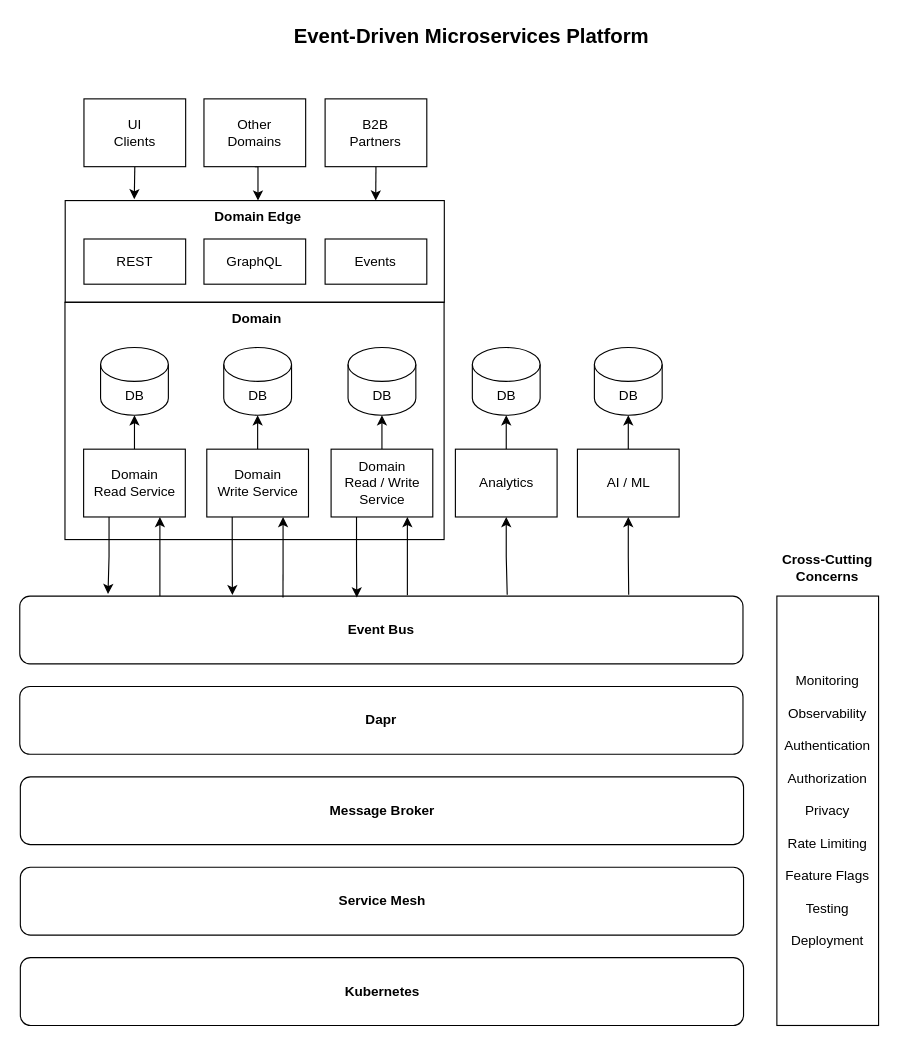
The draw.io diagram images/event-driven-platform.drawio in event-driven-dotnet/Home, before the edit. Source tidied: cells renumbered, new cells numbered last; positions are measured from the earlier drawing's top-left corner, leaving out a move shared by most shapes. Both pictures are drawn from the tidied source at 113%, with x=0, y=0 at pixel (19, 19).
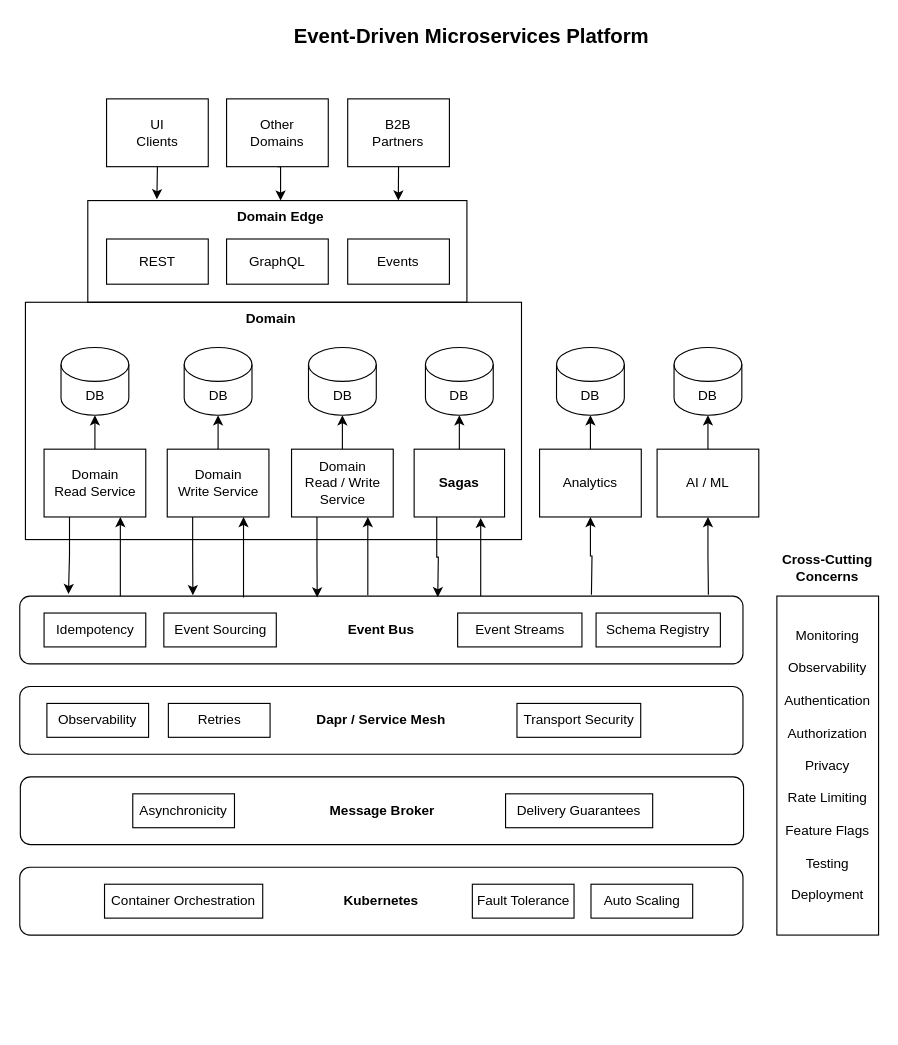
Above is the later version.

Unchanged cells that the change refers to:
```xml
<mxCell id="3" value="Event Bus" style="rounded=1;whiteSpace=wrap;html=1;fontStyle=1;" parent="1" vertex="1">
  <mxGeometry y="510" width="640" height="60" as="geometry" />
</mxCell>
```

Change to the diagram source:
```diff
@@
     <mxCell id="2" style="rounded=0;whiteSpace=wrap;html=1;fillColor=none;" parent="1" vertex="1">
-      <mxGeometry x="40" y="250" width="335.5" height="210" as="geometry" />
+      <mxGeometry x="5" y="250" width="439" height="210" as="geometry" />
     </mxCell>
@@
-    <mxCell id="5" value="Service Mesh" style="rounded=1;whiteSpace=wrap;html=1;fontStyle=1;" parent="1" vertex="1">
-      <mxGeometry x="0.5" y="750" width="640" height="60" as="geometry" />
-    </mxCell>
     <mxCell id="6" value="Kubernetes" style="rounded=1;whiteSpace=wrap;html=1;fontStyle=1;" parent="1" vertex="1">
-      <mxGeometry x="0.5" y="830" width="640" height="60" as="geometry" />
+      <mxGeometry y="750" width="640" height="60" as="geometry" />
     </mxCell>
     <mxCell id="7" value="DB" style="shape=cylinder3;whiteSpace=wrap;html=1;boundedLbl=1;backgroundOutline=1;size=15;" parent="1" vertex="1">
-      <mxGeometry x="71.5" y="290" width="60" height="60" as="geometry" />
+      <mxGeometry x="36.5" y="290" width="60" height="60" as="geometry" />
     </mxCell>
-    <mxCell id="8" style="edgeStyle=orthogonalEdgeStyle;rounded=0;jettySize=auto;html=1;exitX=0.25;exitY=1;exitDx=0;exitDy=0;entryX=0.122;entryY=-0.03;entryDx=0;entryDy=0;entryPerimeter=0;" parent="1" edge="1" source="11" target="3">
-      <mxGeometry relative="1" as="geometry" />
+    <mxCell id="8" style="edgeStyle=orthogonalEdgeStyle;rounded=0;jettySize=auto;html=1;exitX=0.25;exitY=1;exitDx=0;exitDy=0;entryX=0.122;entryY=-0.03;entryDx=0;entryDy=0;entryPerimeter=0;" parent="1" edge="1" source="11">
+      <mxGeometry relative="1" as="geometry">
+        <mxPoint x="43.1" y="508.2" as="targetPoint" />
+      </mxGeometry>
     </mxCell>
     <mxCell id="9" style="edgeStyle=orthogonalEdgeStyle;rounded=0;jettySize=auto;html=1;exitX=0.75;exitY=1;exitDx=0;exitDy=0;startArrow=classic;startFill=1;endArrow=none;endFill=0;" parent="1" edge="1" source="11">
       <mxGeometry relative="1" as="geometry">
-        <mxPoint x="124" y="510" as="targetPoint" />
+        <mxPoint x="89" y="510" as="targetPoint" />
       </mxGeometry>
     </mxCell>
@@
     <mxCell id="11" value="Domain&lt;br&gt;Read Service" style="rounded=0;whiteSpace=wrap;html=1;" parent="1" vertex="1">
-      <mxGeometry x="56.5" y="380" width="90" height="60" as="geometry" />
+      <mxGeometry x="21.5" y="380" width="90" height="60" as="geometry" />
     </mxCell>
     <mxCell id="12" value="DB" style="shape=cylinder3;whiteSpace=wrap;html=1;boundedLbl=1;backgroundOutline=1;size=15;" parent="1" vertex="1">
-      <mxGeometry x="180.5" y="290" width="60" height="60" as="geometry" />
+      <mxGeometry x="145.5" y="290" width="60" height="60" as="geometry" />
     </mxCell>
-    <mxCell id="13" style="edgeStyle=orthogonalEdgeStyle;rounded=0;jettySize=auto;html=1;exitX=0.75;exitY=1;exitDx=0;exitDy=0;entryX=0.364;entryY=0.02;entryDx=0;entryDy=0;entryPerimeter=0;startArrow=classic;startFill=1;endArrow=none;endFill=0;" parent="1" edge="1" source="16" target="3">
-      <mxGeometry relative="1" as="geometry" />
+    <mxCell id="13" style="edgeStyle=orthogonalEdgeStyle;rounded=0;jettySize=auto;html=1;exitX=0.75;exitY=1;exitDx=0;exitDy=0;entryX=0.364;entryY=0.02;entryDx=0;entryDy=0;entryPerimeter=0;startArrow=classic;startFill=1;endArrow=none;endFill=0;" parent="1" edge="1" source="16">
+      <mxGeometry relative="1" as="geometry">
+        <mxPoint x="198" y="511.2" as="targetPoint" />
+      </mxGeometry>
     </mxCell>
-    <mxCell id="14" style="edgeStyle=orthogonalEdgeStyle;rounded=0;jettySize=auto;html=1;exitX=0.25;exitY=1;exitDx=0;exitDy=0;entryX=0.294;entryY=-0.014;entryDx=0;entryDy=0;entryPerimeter=0;startArrow=none;startFill=0;endArrow=classic;endFill=1;" parent="1" edge="1" source="16" target="3">
-      <mxGeometry relative="1" as="geometry" />
+    <mxCell id="14" style="edgeStyle=orthogonalEdgeStyle;rounded=0;jettySize=auto;html=1;exitX=0.25;exitY=1;exitDx=0;exitDy=0;entryX=0.294;entryY=-0.014;entryDx=0;entryDy=0;entryPerimeter=0;startArrow=none;startFill=0;endArrow=classic;endFill=1;" parent="1" edge="1" source="16">
+      <mxGeometry relative="1" as="geometry">
+        <mxPoint x="153.2" y="509.2" as="targetPoint" />
+      </mxGeometry>
     </mxCell>
@@
     <mxCell id="16" value="Domain&lt;br&gt;Write Service" style="rounded=0;whiteSpace=wrap;html=1;" parent="1" vertex="1">
-      <mxGeometry x="165.5" y="380" width="90" height="60" as="geometry" />
+      <mxGeometry x="130.5" y="380" width="90" height="60" as="geometry" />
     </mxCell>
     <mxCell id="17" value="DB" style="shape=cylinder3;whiteSpace=wrap;html=1;boundedLbl=1;backgroundOutline=1;size=15;" parent="1" vertex="1">
-      <mxGeometry x="290.5" y="290" width="60" height="60" as="geometry" />
+      <mxGeometry x="255.5" y="290" width="60" height="60" as="geometry" />
     </mxCell>
-    <mxCell id="18" style="edgeStyle=orthogonalEdgeStyle;rounded=0;jettySize=auto;html=1;exitX=0.75;exitY=1;exitDx=0;exitDy=0;entryX=0.536;entryY=-0.014;entryDx=0;entryDy=0;entryPerimeter=0;startArrow=classic;startFill=1;endArrow=none;endFill=0;" parent="1" edge="1" source="21" target="3">
-      <mxGeometry relative="1" as="geometry" />
+    <mxCell id="18" style="edgeStyle=orthogonalEdgeStyle;rounded=0;jettySize=auto;html=1;exitX=0.75;exitY=1;exitDx=0;exitDy=0;entryX=0.536;entryY=-0.014;entryDx=0;entryDy=0;entryPerimeter=0;startArrow=classic;startFill=1;endArrow=none;endFill=0;" parent="1" edge="1" source="21">
+      <mxGeometry relative="1" as="geometry">
+        <mxPoint x="308" y="509.2" as="targetPoint" />
+      </mxGeometry>
     </mxCell>
-    <mxCell id="19" style="edgeStyle=orthogonalEdgeStyle;rounded=0;jettySize=auto;html=1;exitX=0.25;exitY=1;exitDx=0;exitDy=0;entryX=0.466;entryY=0.02;entryDx=0;entryDy=0;entryPerimeter=0;startArrow=none;startFill=0;endArrow=classic;endFill=1;" parent="1" edge="1" source="21" target="3">
-      <mxGeometry relative="1" as="geometry" />
+    <mxCell id="19" style="edgeStyle=orthogonalEdgeStyle;rounded=0;jettySize=auto;html=1;exitX=0.25;exitY=1;exitDx=0;exitDy=0;entryX=0.466;entryY=0.02;entryDx=0;entryDy=0;entryPerimeter=0;startArrow=none;startFill=0;endArrow=classic;endFill=1;" parent="1" edge="1" source="21">
+      <mxGeometry relative="1" as="geometry">
+        <mxPoint x="263.2" y="511.2" as="targetPoint" />
+      </mxGeometry>
     </mxCell>
@@
     <mxCell id="21" value="Domain&lt;br&gt;Read / Write Service" style="rounded=0;whiteSpace=wrap;html=1;" parent="1" vertex="1">
-      <mxGeometry x="275.5" y="380" width="90" height="60" as="geometry" />
+      <mxGeometry x="240.5" y="380" width="90" height="60" as="geometry" />
     </mxCell>
     <mxCell id="22" value="DB" style="shape=cylinder3;whiteSpace=wrap;html=1;boundedLbl=1;backgroundOutline=1;size=15;" parent="1" vertex="1">
-      <mxGeometry x="400.5" y="290" width="60" height="60" as="geometry" />
+      <mxGeometry x="475" y="290" width="60" height="60" as="geometry" />
     </mxCell>
-    <mxCell id="23" style="edgeStyle=orthogonalEdgeStyle;rounded=0;jettySize=auto;html=1;exitX=0.5;exitY=1;exitDx=0;exitDy=0;startArrow=classic;startFill=1;endArrow=none;endFill=0;entryX=0.674;entryY=-0.018;entryDx=0;entryDy=0;entryPerimeter=0;" parent="1" edge="1" source="25" target="3">
-      <mxGeometry relative="1" as="geometry" />
+    <mxCell id="23" style="edgeStyle=orthogonalEdgeStyle;rounded=0;jettySize=auto;html=1;exitX=0.5;exitY=1;exitDx=0;exitDy=0;startArrow=classic;startFill=1;endArrow=none;endFill=0;entryX=0.674;entryY=-0.018;entryDx=0;entryDy=0;entryPerimeter=0;" parent="1" edge="1" source="25">
+      <mxGeometry relative="1" as="geometry">
+        <mxPoint x="505.9" y="508.9" as="targetPoint" />
+      </mxGeometry>
     </mxCell>
@@
     <mxCell id="25" value="Analytics" style="rounded=0;whiteSpace=wrap;html=1;" parent="1" vertex="1">
-      <mxGeometry x="385.5" y="380" width="90" height="60" as="geometry" />
+      <mxGeometry x="460" y="380" width="90" height="60" as="geometry" />
     </mxCell>
     <mxCell id="26" value="DB" style="shape=cylinder3;whiteSpace=wrap;html=1;boundedLbl=1;backgroundOutline=1;size=15;" parent="1" vertex="1">
-      <mxGeometry x="508.5" y="290" width="60" height="60" as="geometry" />
+      <mxGeometry x="579" y="290" width="60" height="60" as="geometry" />
     </mxCell>
-    <mxCell id="27" style="edgeStyle=orthogonalEdgeStyle;rounded=0;jettySize=auto;html=1;exitX=0.5;exitY=1;exitDx=0;exitDy=0;entryX=0.842;entryY=-0.018;entryDx=0;entryDy=0;entryPerimeter=0;startArrow=classic;startFill=1;endArrow=none;endFill=0;" parent="1" edge="1" source="29" target="3">
-      <mxGeometry relative="1" as="geometry" />
+    <mxCell id="27" style="edgeStyle=orthogonalEdgeStyle;rounded=0;jettySize=auto;html=1;exitX=0.5;exitY=1;exitDx=0;exitDy=0;entryX=0.842;entryY=-0.018;entryDx=0;entryDy=0;entryPerimeter=0;startArrow=classic;startFill=1;endArrow=none;endFill=0;" parent="1" edge="1" source="29">
+      <mxGeometry relative="1" as="geometry">
+        <mxPoint x="609.4" y="508.9" as="targetPoint" />
+      </mxGeometry>
     </mxCell>
@@
     <mxCell id="29" value="AI / ML" style="rounded=0;whiteSpace=wrap;html=1;" parent="1" vertex="1">
-      <mxGeometry x="493.5" y="380" width="90" height="60" as="geometry" />
+      <mxGeometry x="564" y="380" width="90" height="60" as="geometry" />
     </mxCell>
     <mxCell id="30" value="&lt;b&gt;Domain&lt;/b&gt;" style="text;html=1;strokeColor=none;fillColor=none;align=center;verticalAlign=middle;whiteSpace=wrap;rounded=0;" parent="1" vertex="1">
-      <mxGeometry x="40" y="250" width="340" height="30" as="geometry" />
+      <mxGeometry x="5" y="250" width="435" height="30" as="geometry" />
     </mxCell>
     <mxCell id="31" style="rounded=0;whiteSpace=wrap;html=1;fillColor=none;" parent="1" vertex="1">
-      <mxGeometry x="40.2" y="160" width="335.5" height="90" as="geometry" />
+      <mxGeometry x="60.2" y="160" width="335.5" height="90" as="geometry" />
     </mxCell>
     <mxCell id="32" value="&lt;b&gt;Domain Edge&lt;/b&gt;" style="text;html=1;strokeColor=none;fillColor=none;align=center;verticalAlign=middle;whiteSpace=wrap;rounded=0;" parent="1" vertex="1">
-      <mxGeometry x="40.8" y="160" width="340" height="30" as="geometry" />
+      <mxGeometry x="60.8" y="160" width="340" height="30" as="geometry" />
     </mxCell>
     <mxCell id="33" value="REST" style="rounded=0;whiteSpace=wrap;html=1;" parent="1" vertex="1">
-      <mxGeometry x="56.8" y="194" width="90" height="40" as="geometry" />
+      <mxGeometry x="76.8" y="194" width="90" height="40" as="geometry" />
     </mxCell>
     <mxCell id="34" value="GraphQL" style="rounded=0;whiteSpace=wrap;html=1;" parent="1" vertex="1">
-      <mxGeometry x="163" y="194" width="90" height="40" as="geometry" />
+      <mxGeometry x="183" y="194" width="90" height="40" as="geometry" />
     </mxCell>
     <mxCell id="35" value="Events" style="rounded=0;whiteSpace=wrap;html=1;" parent="1" vertex="1">
-      <mxGeometry x="270.2" y="194" width="90" height="40" as="geometry" />
+      <mxGeometry x="290.2" y="194" width="90" height="40" as="geometry" />
     </mxCell>
@@
     <mxCell id="37" value="UI&lt;br&gt;Clients" style="rounded=0;whiteSpace=wrap;html=1;" parent="1" vertex="1">
-      <mxGeometry x="56.8" y="70" width="90" height="60" as="geometry" />
+      <mxGeometry x="76.8" y="70" width="90" height="60" as="geometry" />
     </mxCell>
@@
     <mxCell id="39" value="Other&lt;br&gt;Domains" style="rounded=0;whiteSpace=wrap;html=1;" parent="1" vertex="1">
-      <mxGeometry x="163" y="70" width="90" height="60" as="geometry" />
+      <mxGeometry x="183" y="70" width="90" height="60" as="geometry" />
     </mxCell>
     <mxCell id="40" style="edgeStyle=orthogonalEdgeStyle;rounded=0;jettySize=auto;html=1;exitX=0.5;exitY=1;exitDx=0;exitDy=0;startArrow=none;startFill=0;endArrow=classic;endFill=1;" parent="1" edge="1" source="41">
       <mxGeometry relative="1" as="geometry">
-        <mxPoint x="315" y="160" as="targetPoint" />
+        <mxPoint x="335" y="160" as="targetPoint" />
       </mxGeometry>
     </mxCell>
     <mxCell id="41" value="B2B&lt;br&gt;Partners" style="rounded=0;whiteSpace=wrap;html=1;" parent="1" vertex="1">
-      <mxGeometry x="270.2" y="70" width="90" height="60" as="geometry" />
+      <mxGeometry x="290.2" y="70" width="90" height="60" as="geometry" />
     </mxCell>
     <mxCell id="42" value="Monitoring&lt;br&gt;&lt;br&gt;Observability&lt;br&gt;&lt;br&gt;Authentication&lt;br&gt;&lt;br&gt;Authorization&lt;br&gt;&lt;br&gt;Privacy&lt;br&gt;&lt;br&gt;Rate Limiting&lt;br&gt;&lt;br&gt;Feature Flags&lt;br&gt;&lt;br&gt;Testing&lt;br&gt;&lt;br&gt;Deployment" style="rounded=0;whiteSpace=wrap;html=1;" parent="1" vertex="1">
-      <mxGeometry x="670" y="510" width="90" height="380" as="geometry" />
+      <mxGeometry x="670" y="510" width="90" height="300" as="geometry" />
     </mxCell>
@@
-    <mxCell id="45" value="Dapr" style="rounded=1;whiteSpace=wrap;html=1;fontStyle=1;" parent="1" vertex="1">
+    <mxCell id="45" value="Dapr / Service Mesh" style="rounded=1;whiteSpace=wrap;html=1;fontStyle=1;" parent="1" vertex="1">
       <mxGeometry y="590" width="640" height="60" as="geometry" />
     </mxCell>
+    <mxCell id="46" value="Idempotency" style="rounded=0;whiteSpace=wrap;html=1;" parent="1" vertex="1">
+      <mxGeometry x="21.5" y="525" width="90" height="30" as="geometry" />
+    </mxCell>
+    <mxCell id="47" value="Schema Registry" style="rounded=0;whiteSpace=wrap;html=1;" parent="1" vertex="1">
+      <mxGeometry x="510" y="525" width="110" height="30" as="geometry" />
+    </mxCell>
+    <mxCell id="48" value="Observability" style="rounded=0;whiteSpace=wrap;html=1;" parent="1" vertex="1">
+      <mxGeometry x="24" y="605" width="90" height="30" as="geometry" />
+    </mxCell>
+    <mxCell id="49" value="Retries" style="rounded=0;whiteSpace=wrap;html=1;" parent="1" vertex="1">
+      <mxGeometry x="131.5" y="605" width="90" height="30" as="geometry" />
+    </mxCell>
+    <mxCell id="50" value="Transport Security" style="rounded=0;whiteSpace=wrap;html=1;" parent="1" vertex="1">
+      <mxGeometry x="440" y="605" width="109.5" height="30" as="geometry" />
+    </mxCell>
+    <mxCell id="51" value="Asynchronicity" style="rounded=0;whiteSpace=wrap;html=1;" parent="1" vertex="1">
+      <mxGeometry x="100" y="685" width="90" height="30" as="geometry" />
+    </mxCell>
+    <mxCell id="52" value="Delivery Guarantees" style="rounded=0;whiteSpace=wrap;html=1;" parent="1" vertex="1">
+      <mxGeometry x="429.9" y="685" width="130.2" height="30" as="geometry" />
+    </mxCell>
+    <mxCell id="53" value="Container Orchestration" style="rounded=0;whiteSpace=wrap;html=1;" parent="1" vertex="1">
+      <mxGeometry x="75" y="765" width="140" height="30" as="geometry" />
+    </mxCell>
+    <mxCell id="54" value="Fault Tolerance" style="rounded=0;whiteSpace=wrap;html=1;" parent="1" vertex="1">
+      <mxGeometry x="400.5" y="765" width="90" height="30" as="geometry" />
+    </mxCell>
+    <mxCell id="55" value="Auto Scaling" style="rounded=0;whiteSpace=wrap;html=1;" parent="1" vertex="1">
+      <mxGeometry x="505.5" y="765" width="90" height="30" as="geometry" />
+    </mxCell>
+    <mxCell id="56" style="edgeStyle=orthogonalEdgeStyle;rounded=0;jettySize=auto;html=1;exitX=0.25;exitY=1;exitDx=0;exitDy=0;entryX=0.642;entryY=0.017;entryDx=0;entryDy=0;entryPerimeter=0;startArrow=none;startFill=0;endArrow=classic;endFill=1;" parent="1" edge="1" source="57">
+      <mxGeometry relative="1" as="geometry">
+        <mxPoint x="369.9" y="511" as="targetPoint" />
+      </mxGeometry>
+    </mxCell>
+    <mxCell id="57" value="Sagas" style="rounded=0;whiteSpace=wrap;html=1;fontStyle=1;" parent="1" vertex="1">
+      <mxGeometry x="349" y="380" width="80" height="60" as="geometry" />
+    </mxCell>
+    <mxCell id="58" style="edgeStyle=orthogonalEdgeStyle;rounded=0;orthogonalLoop=1;jettySize=auto;html=1;exitX=0.75;exitY=1;exitDx=0;exitDy=0;entryX=0.536;entryY=-0.014;entryDx=0;entryDy=0;entryPerimeter=0;startArrow=classic;startFill=1;endArrow=none;endFill=0;" parent="1" edge="1">
+      <mxGeometry relative="1" as="geometry">
+        <mxPoint x="407.9" y="440.8" as="sourcePoint" />
+        <mxPoint x="407.9" y="510" as="targetPoint" />
+      </mxGeometry>
+    </mxCell>
+    <mxCell id="59" value="DB" style="shape=cylinder3;whiteSpace=wrap;html=1;boundedLbl=1;backgroundOutline=1;size=15;" parent="1" vertex="1">
+      <mxGeometry x="359" y="290" width="60" height="60" as="geometry" />
+    </mxCell>
+    <mxCell id="60" style="edgeStyle=orthogonalEdgeStyle;rounded=0;jettySize=auto;html=1;entryX=0.5;entryY=1;entryDx=0;entryDy=0;entryPerimeter=0;startArrow=none;startFill=0;endArrow=classic;endFill=1;" parent="1" edge="1" target="59">
+      <mxGeometry relative="1" as="geometry">
+        <mxPoint x="389" y="380" as="sourcePoint" />
+      </mxGeometry>
+    </mxCell>
+    <mxCell id="61" value="Event Sourcing" style="rounded=0;whiteSpace=wrap;html=1;" parent="1" vertex="1">
+      <mxGeometry x="127.5" y="525" width="99.5" height="30" as="geometry" />
+    </mxCell>
+    <mxCell id="62" value="Event Streams" style="rounded=0;whiteSpace=wrap;html=1;" parent="1" vertex="1">
+      <mxGeometry x="387.5" y="525" width="110" height="30" as="geometry" />
+    </mxCell>
```
